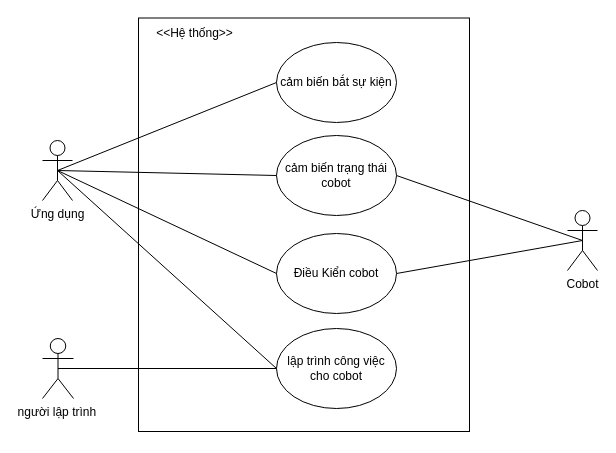
This is page "Page-1" (1 of 8) of user_diagram.drawio from LTDat-HustK65/GP_main_system, a draw.io file, before an edit. Source tidied: cells renumbered, new cells numbered last; positions are measured from the earlier drawing's top-left corner, leaving out a move shared by most shapes. Both pictures are drawn from the tidied source at 100%, with x=0, y=0 at pixel (42, 17).
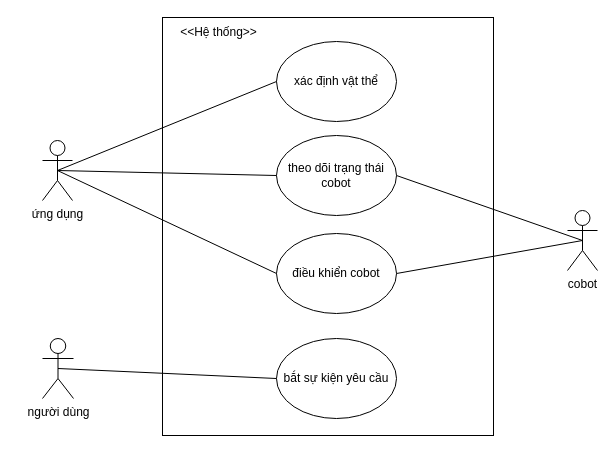
The same page after the edit.

Change to the diagram source:
```diff
@@
 <mxGraphModel>
   <root>
     <mxCell id="0" />
     <mxCell id="1" parent="0" />
-    <mxCell id="2" value="người lập trình&amp;nbsp;" style="shape=umlActor;verticalLabelPosition=bottom;verticalAlign=top;html=1;outlineConnect=0;" parent="1" vertex="1">
+    <mxCell id="2" value="người dùng" style="shape=umlActor;verticalLabelPosition=bottom;verticalAlign=top;html=1;outlineConnect=0;" parent="1" vertex="1">
       <mxGeometry y="321" width="31" height="60" as="geometry" />
     </mxCell>
     <mxCell id="3" style="rounded=0;whiteSpace=wrap;html=1;align=center;" parent="1" vertex="1">
-      <mxGeometry x="96" y="0.5" width="331" height="413.5" as="geometry" />
+      <mxGeometry x="120" width="331" height="418" as="geometry" />
     </mxCell>
-    <mxCell id="4" value="lập trình công việc cho cobot" style="ellipse;whiteSpace=wrap;html=1;" parent="1" vertex="1">
-      <mxGeometry x="234" y="311" width="120" height="80" as="geometry" />
-    </mxCell>
-    <mxCell id="5" style="endArrow=none;html=1;rounded=0;exitX=0.5;exitY=0.5;exitDx=0;exitDy=0;exitPerimeter=0;entryX=0;entryY=0.5;entryDx=0;entryDy=0;" parent="1" edge="1" source="2" target="4">
-      <mxGeometry relative="1" as="geometry" />
-    </mxCell>
     <mxCell id="6" value="&amp;lt;&amp;lt;Hệ thống&amp;gt;&amp;gt;" style="text;html=1;align=center;verticalAlign=middle;whiteSpace=wrap;rounded=0;" parent="1" vertex="1">
-      <mxGeometry x="96" y="0.5" width="113" height="30" as="geometry" />
+      <mxGeometry x="120" width="113" height="30" as="geometry" />
     </mxCell>
-    <mxCell id="7" value="Ứng dụng" style="shape=umlActor;verticalLabelPosition=bottom;verticalAlign=top;html=1;outlineConnect=0;" parent="1" vertex="1">
+    <mxCell id="7" value="ứng dụng" style="shape=umlActor;verticalLabelPosition=bottom;verticalAlign=top;html=1;outlineConnect=0;" parent="1" vertex="1">
       <mxGeometry y="123" width="30" height="60" as="geometry" />
     </mxCell>
-    <mxCell id="8" value="Điều Kiển cobot" style="ellipse;whiteSpace=wrap;html=1;" parent="1" vertex="1">
+    <mxCell id="8" value="điều khiển cobot" style="ellipse;whiteSpace=wrap;html=1;" parent="1" vertex="1">
       <mxGeometry x="234" y="216" width="120" height="80" as="geometry" />
     </mxCell>
-    <mxCell id="9" value="Cobot" style="shape=umlActor;verticalLabelPosition=bottom;verticalAlign=top;html=1;outlineConnect=0;" parent="1" vertex="1">
+    <mxCell id="9" value="cobot" style="shape=umlActor;verticalLabelPosition=bottom;verticalAlign=top;html=1;outlineConnect=0;" parent="1" vertex="1">
       <mxGeometry x="525" y="193" width="30" height="60" as="geometry" />
     </mxCell>
-    <mxCell id="10" value="cảm biến bắt sự kiện" style="ellipse;whiteSpace=wrap;html=1;" parent="1" vertex="1">
-      <mxGeometry x="234" y="25" width="120" height="80" as="geometry" />
+    <mxCell id="10" value="bắt sự kiện yêu cầu" style="ellipse;whiteSpace=wrap;html=1;" parent="1" vertex="1">
+      <mxGeometry x="234" y="321" width="120" height="80" as="geometry" />
     </mxCell>
-    <mxCell id="11" style="endArrow=none;html=1;rounded=0;exitX=0.5;exitY=0.5;exitDx=0;exitDy=0;exitPerimeter=0;entryX=0;entryY=0.5;entryDx=0;entryDy=0;" parent="1" edge="1" source="7" target="10">
+    <mxCell id="11" style="endArrow=none;html=1;rounded=0;entryX=0;entryY=0.5;entryDx=0;entryDy=0;exitX=0.5;exitY=0.5;exitDx=0;exitDy=0;exitPerimeter=0;" parent="1" edge="1" source="2" target="10">
       <mxGeometry relative="1" as="geometry" />
     </mxCell>
-    <mxCell id="12" style="endArrow=none;html=1;rounded=0;entryX=0;entryY=0.5;entryDx=0;entryDy=0;exitX=0.5;exitY=0.5;exitDx=0;exitDy=0;exitPerimeter=0;" parent="1" edge="1" source="7" target="4">
-      <mxGeometry relative="1" as="geometry" />
-    </mxCell>
     <mxCell id="13" style="endArrow=none;html=1;rounded=0;entryX=0.5;entryY=0.5;entryDx=0;entryDy=0;entryPerimeter=0;exitX=1;exitY=0.5;exitDx=0;exitDy=0;" parent="1" edge="1" source="8" target="9">
       <mxGeometry relative="1" as="geometry" />
     </mxCell>
     <mxCell id="14" style="endArrow=none;html=1;rounded=0;exitX=0.5;exitY=0.5;exitDx=0;exitDy=0;exitPerimeter=0;entryX=0;entryY=0.5;entryDx=0;entryDy=0;" parent="1" edge="1" source="7" target="8">
       <mxGeometry relative="1" as="geometry" />
     </mxCell>
-    <mxCell id="15" value="cảm biến trạng thái cobot" style="ellipse;whiteSpace=wrap;html=1;" parent="1" vertex="1">
+    <mxCell id="15" value="theo dõi trạng thái cobot" style="ellipse;whiteSpace=wrap;html=1;" parent="1" vertex="1">
       <mxGeometry x="234" y="118" width="120" height="80" as="geometry" />
     </mxCell>
     <mxCell id="16" style="endArrow=none;html=1;rounded=0;exitX=0.5;exitY=0.5;exitDx=0;exitDy=0;exitPerimeter=0;entryX=0;entryY=0.5;entryDx=0;entryDy=0;" parent="1" edge="1" source="7" target="15">
       <mxGeometry relative="1" as="geometry" />
     </mxCell>
     <mxCell id="17" style="endArrow=none;html=1;rounded=0;entryX=1;entryY=0.5;entryDx=0;entryDy=0;exitX=0.5;exitY=0.5;exitDx=0;exitDy=0;exitPerimeter=0;" parent="1" edge="1" source="9" target="15">
       <mxGeometry relative="1" as="geometry" />
     </mxCell>
+    <mxCell id="18" value="xác định vật thể" style="ellipse;whiteSpace=wrap;html=1;" parent="1" vertex="1">
+      <mxGeometry x="234" y="24" width="120" height="80" as="geometry" />
+    </mxCell>
+    <mxCell id="19" style="endArrow=none;html=1;rounded=0;exitX=0.5;exitY=0.5;exitDx=0;exitDy=0;exitPerimeter=0;entryX=0;entryY=0.5;entryDx=0;entryDy=0;" parent="1" edge="1" source="7" target="18">
+      <mxGeometry relative="1" as="geometry" />
+    </mxCell>
   </root>
 </mxGraphModel>
```
